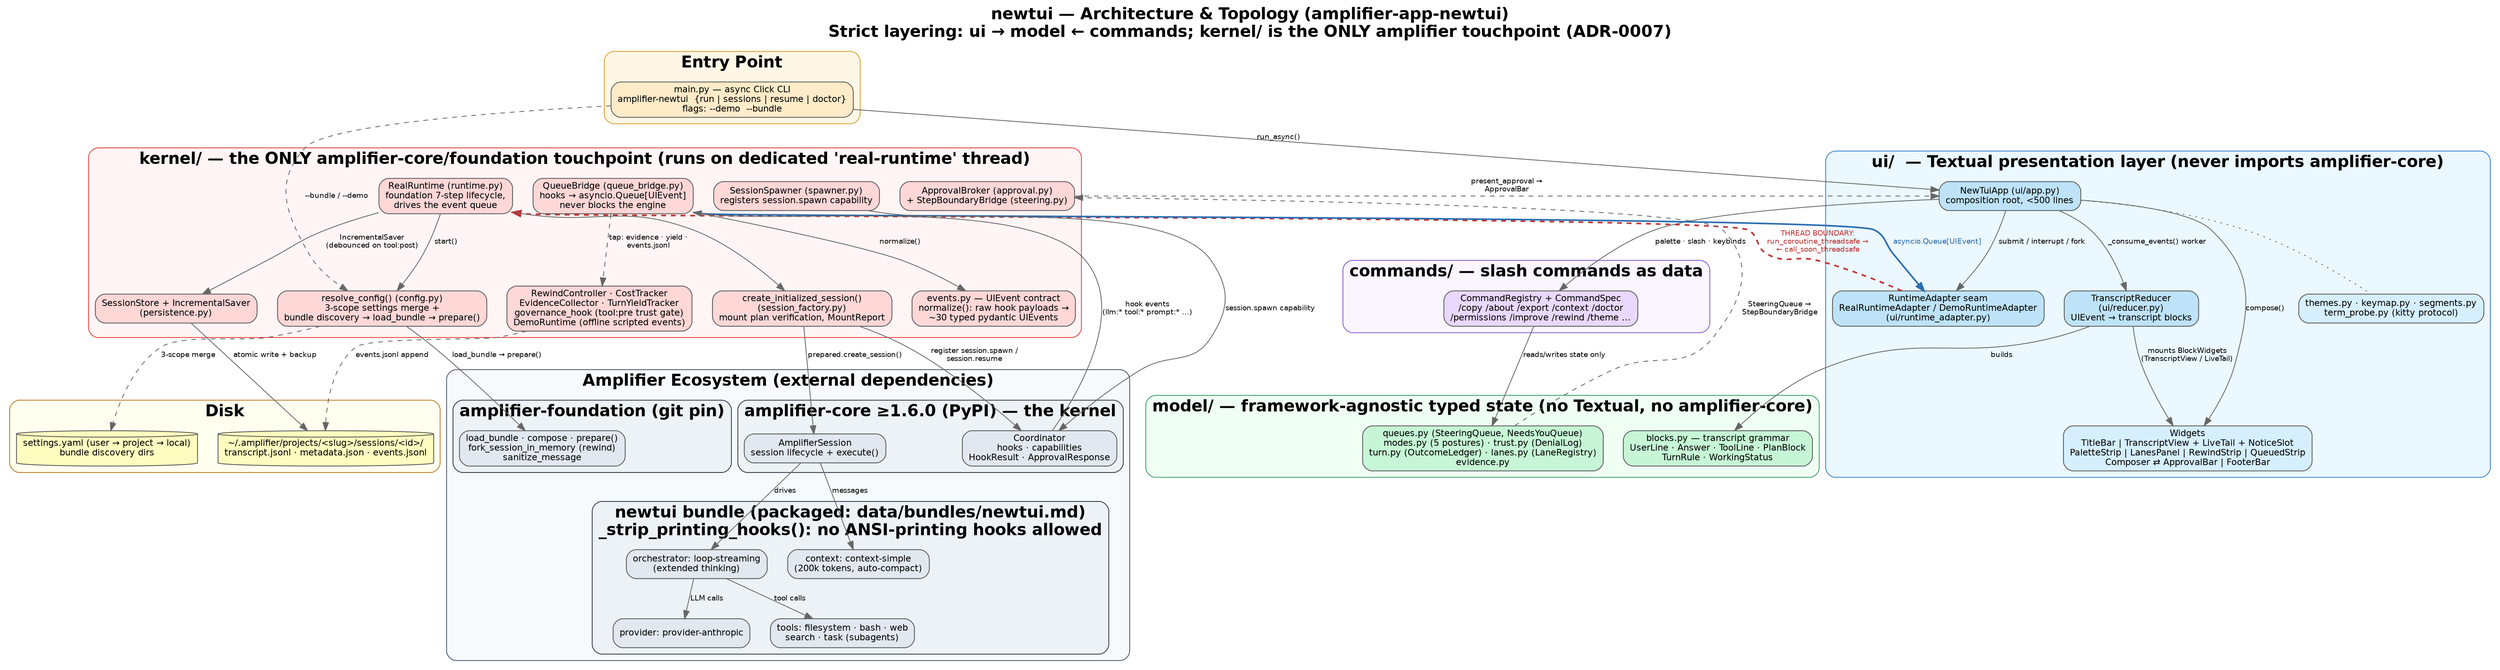
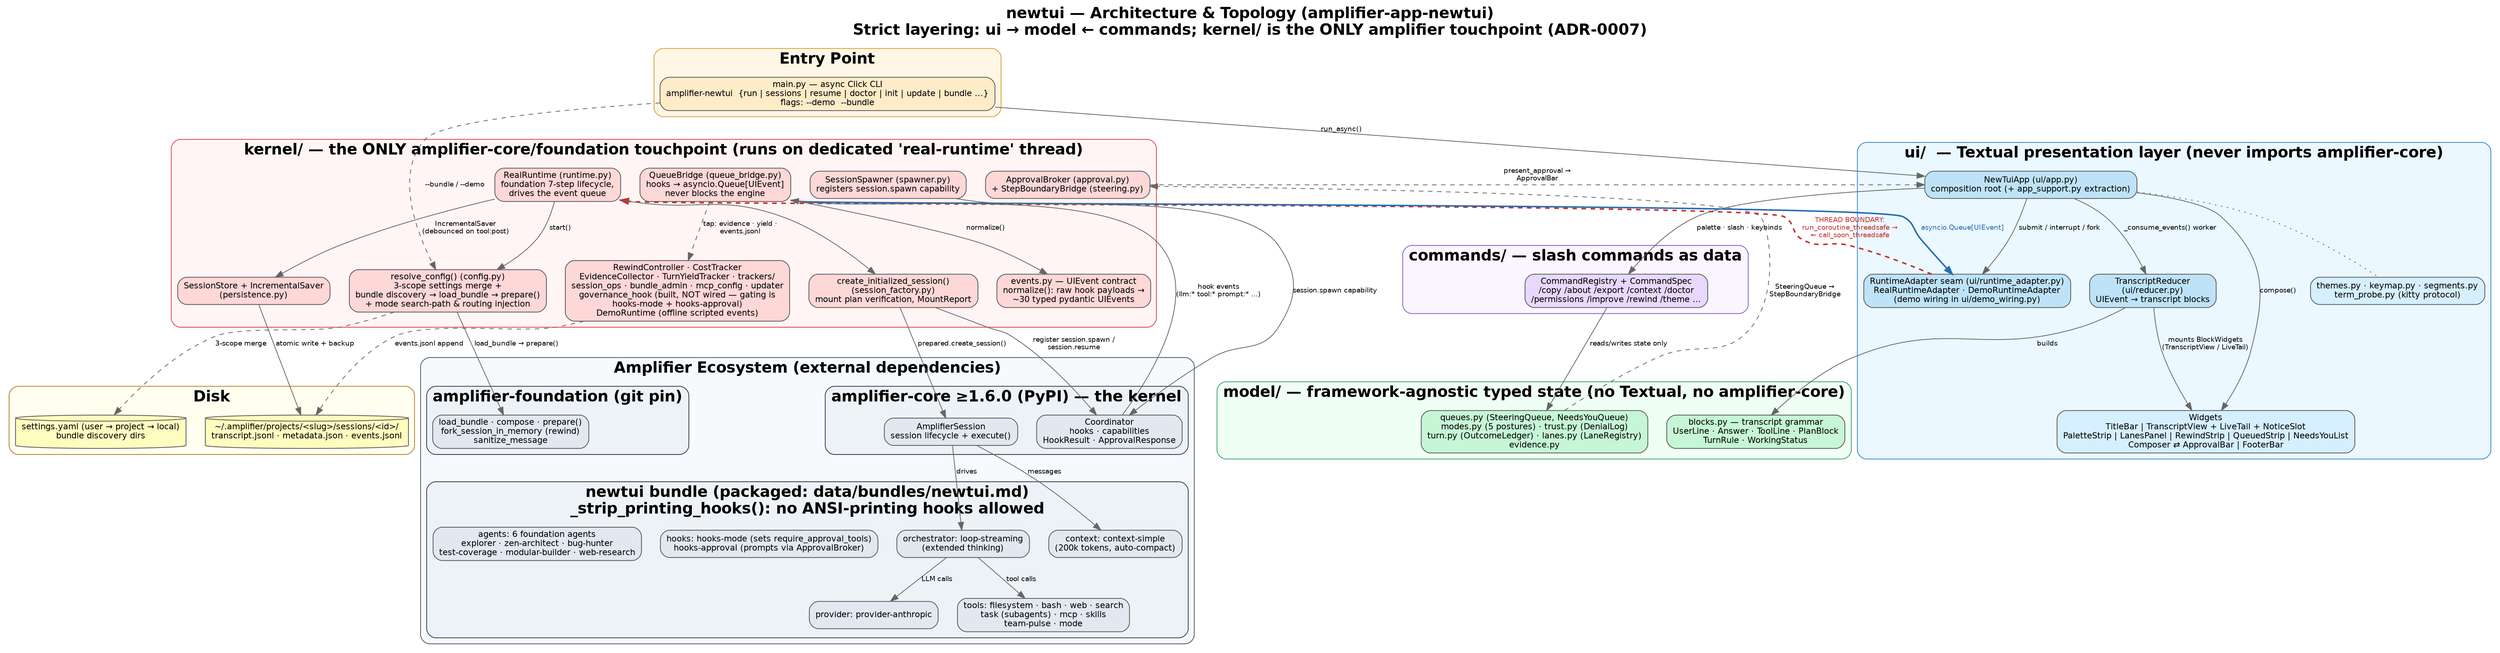
digraph newtui_architecture {
    label="newtui — Architecture & Topology (amplifier-app-newtui)\nStrict layering: ui → model ← commands; kernel/ is the ONLY amplifier touchpoint (ADR-0007)";
    labelloc="t";
    fontname="Helvetica-Bold";
    fontsize=20;
    rankdir=TB;
    compound=true;
    splines=true;
    nodesep=0.35;
    ranksep=0.55;
    node [fontname="Helvetica", fontsize=11, shape=box, style="rounded,filled", fillcolor="#FFFFFF", color="#555555"];
    edge [fontname="Helvetica", fontsize=9, color="#666666"];

    // ── Entry point ─────────────────────────────────────────────
    subgraph cluster_entry {
        label="Entry Point";
        style="rounded,filled"; fillcolor="#FFF7E6"; color="#D69E2E"; fontname="Helvetica-Bold";
-         main [label="main.py — async Click CLI\namplifier-newtui  {run | sessions | resume | doctor}\nflags: --demo  --bundle", fillcolor="#FEEBC8"];
+         main [label="main.py — async Click CLI\namplifier-newtui  {run | sessions | resume | doctor | init | update | bundle ...}\nflags: --demo  --bundle", fillcolor="#FEEBC8"];
    }

    // ── UI layer (Textual-only) ─────────────────────────────────
    subgraph cluster_ui {
        label="ui/  — Textual presentation layer (never imports amplifier-core)";
        style="rounded,filled"; fillcolor="#EBF8FF"; color="#3182CE"; fontname="Helvetica-Bold";
-         app [label="NewTuiApp (ui/app.py)\ncomposition root, <500 lines", fillcolor="#BEE3F8"];
-         adapter [label="RuntimeAdapter seam\nRealRuntimeAdapter / DemoRuntimeAdapter\n(ui/runtime_adapter.py)", fillcolor="#BEE3F8"];
+         app [label="NewTuiApp (ui/app.py)\ncomposition root (+ app_support.py extraction)", fillcolor="#BEE3F8"];
+         adapter [label="RuntimeAdapter seam (ui/runtime_adapter.py)\nRealRuntimeAdapter · DemoRuntimeAdapter\n(demo wiring in ui/demo_wiring.py)", fillcolor="#BEE3F8"];
        reducer [label="TranscriptReducer\n(ui/reducer.py)\nUIEvent → transcript blocks", fillcolor="#BEE3F8"];
-         widgets [label="Widgets\nTitleBar | TranscriptView + LiveTail + NoticeSlot\nPaletteStrip | LanesPanel | RewindStrip | QueuedStrip\nComposer ⇄ ApprovalBar | FooterBar", fillcolor="#D6EFFF"];
+         widgets [label="Widgets\nTitleBar | TranscriptView + LiveTail + NoticeSlot\nPaletteStrip | LanesPanel | RewindStrip | QueuedStrip | NeedsYouList\nComposer ⇄ ApprovalBar | FooterBar", fillcolor="#D6EFFF"];
        uiaux [label="themes.py · keymap.py · segments.py\nterm_probe.py (kitty protocol)", fillcolor="#D6EFFF"];
    }

    // ── Commands ────────────────────────────────────────────────
    subgraph cluster_commands {
        label="commands/ — slash commands as data";
        style="rounded,filled"; fillcolor="#FAF5FF"; color="#805AD5"; fontname="Helvetica-Bold";
        registry [label="CommandRegistry + CommandSpec\n/copy /about /export /context /doctor\n/permissions /improve /rewind /theme …", fillcolor="#E9D8FD"];
    }

    // ── Model layer ─────────────────────────────────────────────
    subgraph cluster_model {
        label="model/ — framework-agnostic typed state (no Textual, no amplifier-core)";
        style="rounded,filled"; fillcolor="#F0FFF4"; color="#38A169"; fontname="Helvetica-Bold";
        blocks [label="blocks.py — transcript grammar\nUserLine · Answer · ToolLine · PlanBlock\nTurnRule · WorkingStatus", fillcolor="#C6F6D5"];
        modelstate [label="queues.py (SteeringQueue, NeedsYouQueue)\nmodes.py (5 postures) · trust.py (DenialLog)\nturn.py (OutcomeLedger) · lanes.py (LaneRegistry)\nevidence.py", fillcolor="#C6F6D5"];
    }

    // ── Kernel adapter layer ────────────────────────────────────
    subgraph cluster_kernel {
        label="kernel/ — the ONLY amplifier-core/foundation touchpoint (runs on dedicated 'real-runtime' thread)";
        style="rounded,filled"; fillcolor="#FFF5F5"; color="#E53E3E"; fontname="Helvetica-Bold";
        runtime [label="RealRuntime (runtime.py)\nfoundation 7-step lifecycle,\ndrives the event queue", fillcolor="#FED7D7"];
-         config [label="resolve_config() (config.py)\n3-scope settings merge +\nbundle discovery → load_bundle → prepare()", fillcolor="#FED7D7"];
+         config [label="resolve_config() (config.py)\n3-scope settings merge +\nbundle discovery → load_bundle → prepare()\n+ mode search-path & routing injection", fillcolor="#FED7D7"];
        factory [label="create_initialized_session()\n(session_factory.py)\nmount plan verification, MountReport", fillcolor="#FED7D7"];
        events [label="events.py — UIEvent contract\nnormalize(): raw hook payloads →\n~30 typed pydantic UIEvents", fillcolor="#FED7D7"];
        bridge [label="QueueBridge (queue_bridge.py)\nhooks → asyncio.Queue[UIEvent]\nnever blocks the engine", fillcolor="#FED7D7"];
        broker [label="ApprovalBroker (approval.py)\n+ StepBoundaryBridge (steering.py)", fillcolor="#FED7D7"];
        persist [label="SessionStore + IncrementalSaver\n(persistence.py)", fillcolor="#FED7D7"];
        spawner [label="SessionSpawner (spawner.py)\nregisters session.spawn capability", fillcolor="#FED7D7"];
-         kernelaux [label="RewindController · CostTracker\nEvidenceCollector · TurnYieldTracker\ngovernance_hook (tool:pre trust gate)\nDemoRuntime (offline scripted events)", fillcolor="#FED7D7"];
+         kernelaux [label="RewindController · CostTracker\nEvidenceCollector · TurnYieldTracker · trackers/\nsession_ops · bundle_admin · mcp_config · updater\ngovernance_hook (built, NOT wired — gating is\nhooks-mode + hooks-approval)\nDemoRuntime (offline scripted events)", fillcolor="#FED7D7"];
    }

    // ── Amplifier ecosystem (external) ──────────────────────────
    subgraph cluster_amplifier {
        label="Amplifier Ecosystem (external dependencies)";
        style="rounded,filled"; fillcolor="#F7FAFC"; color="#4A5568"; fontname="Helvetica-Bold";

        subgraph cluster_core {
            label="amplifier-core ≥1.6.0 (PyPI) — the kernel";
            style="rounded,filled"; fillcolor="#EDF2F7"; color="#2D3748";
            session [label="AmplifierSession\nsession lifecycle + execute()", fillcolor="#E2E8F0"];
            coordinator [label="Coordinator\nhooks · capabilities\nHookResult · ApprovalResponse", fillcolor="#E2E8F0"];
        }

        subgraph cluster_foundation {
            label="amplifier-foundation (git pin)";
            style="rounded,filled"; fillcolor="#EDF2F7"; color="#2D3748";
            foundation [label="load_bundle · compose · prepare()\nfork_session_in_memory (rewind)\nsanitize_message", fillcolor="#E2E8F0"];
        }

        subgraph cluster_bundle {
            label="newtui bundle (packaged: data/bundles/newtui.md)\n_strip_printing_hooks(): no ANSI-printing hooks allowed";
            style="rounded,filled"; fillcolor="#EDF2F7"; color="#2D3748";
            orch [label="orchestrator: loop-streaming\n(extended thinking)", fillcolor="#E2E8F0"];
            provider [label="provider: provider-anthropic", fillcolor="#E2E8F0"];
            ctx [label="context: context-simple\n(200k tokens, auto-compact)", fillcolor="#E2E8F0"];
-             tools [label="tools: filesystem · bash · web\nsearch · task (subagents)", fillcolor="#E2E8F0"];
+             tools [label="tools: filesystem · bash · web · search\ntask (subagents) · mcp · skills\nteam-pulse · mode", fillcolor="#E2E8F0"];
+             bhooks [label="hooks: hooks-mode (sets require_approval_tools)\nhooks-approval (prompts via ApprovalBroker)", fillcolor="#E2E8F0"];
+             bagents [label="agents: 6 foundation agents\nexplorer · zen-architect · bug-hunter\ntest-coverage · modular-builder · web-research", fillcolor="#E2E8F0"];
        }
    }

    // ── Persistence (disk) ──────────────────────────────────────
    subgraph cluster_disk {
        label="Disk";
        style="rounded,filled"; fillcolor="#FFFFF0"; color="#B7791F"; fontname="Helvetica-Bold";
        sessiondir [label="~/.amplifier/projects/<slug>/sessions/<id>/\ntranscript.jsonl · metadata.json · events.jsonl", shape=cylinder, fillcolor="#FEFCBF"];
        settings [label="settings.yaml (user → project → local)\nbundle discovery dirs", shape=cylinder, fillcolor="#FEFCBF"];
    }

    // ── Topology edges ──────────────────────────────────────────
    main -> app [label="run_async()"];
    main -> config [label="--bundle / --demo", style=dashed];

    app -> adapter [label="submit / interrupt / fork"];
    app -> widgets [label="compose()"];
    app -> reducer [label="_consume_events() worker"];
    reducer -> blocks [label="builds"];
    reducer -> widgets [label="mounts BlockWidgets\n(TranscriptView / LiveTail)"];
    app -> registry [label="palette · slash · keybinds"];
    registry -> modelstate [label="reads/writes state only"];
    app -> uiaux [style=dotted, arrowhead=none];

    adapter -> runtime [label="THREAD BOUNDARY:\nrun_coroutine_threadsafe →\n← call_soon_threadsafe", style="bold,dashed", color="#C53030", fontcolor="#C53030"];

    runtime -> config [label="start()"];
    config -> foundation [label="load_bundle → prepare()"];
    config -> settings [label="3-scope merge", style=dashed];
    runtime -> factory;
    factory -> session [label="prepared.create_session()"];
    factory -> coordinator [label="register session.spawn /\nsession.resume"];
    spawner -> coordinator [label="session.spawn capability"];

    session -> orch [label="drives"];
    orch -> provider [label="LLM calls"];
    orch -> tools [label="tool calls"];
    session -> ctx [label="messages"];

    coordinator -> bridge [label="hook events\n(llm:* tool:* prompt:* …)"];
    bridge -> events [label="normalize()"];
    bridge -> adapter [label="asyncio.Queue[UIEvent]", color="#2B6CB0", fontcolor="#2B6CB0", penwidth=2];
    bridge -> kernelaux [label="tap: evidence · yield ·\nevents.jsonl", style=dashed];

    broker -> app [label="present_approval →\nApprovalBar", style=dashed];
    modelstate -> broker [label="SteeringQueue →\nStepBoundaryBridge", style=dashed];

    persist -> sessiondir [label="atomic write + backup"];
    runtime -> persist [label="IncrementalSaver\n(debounced on tool:post)"];
    kernelaux -> sessiondir [label="events.jsonl append", style=dashed];
}
